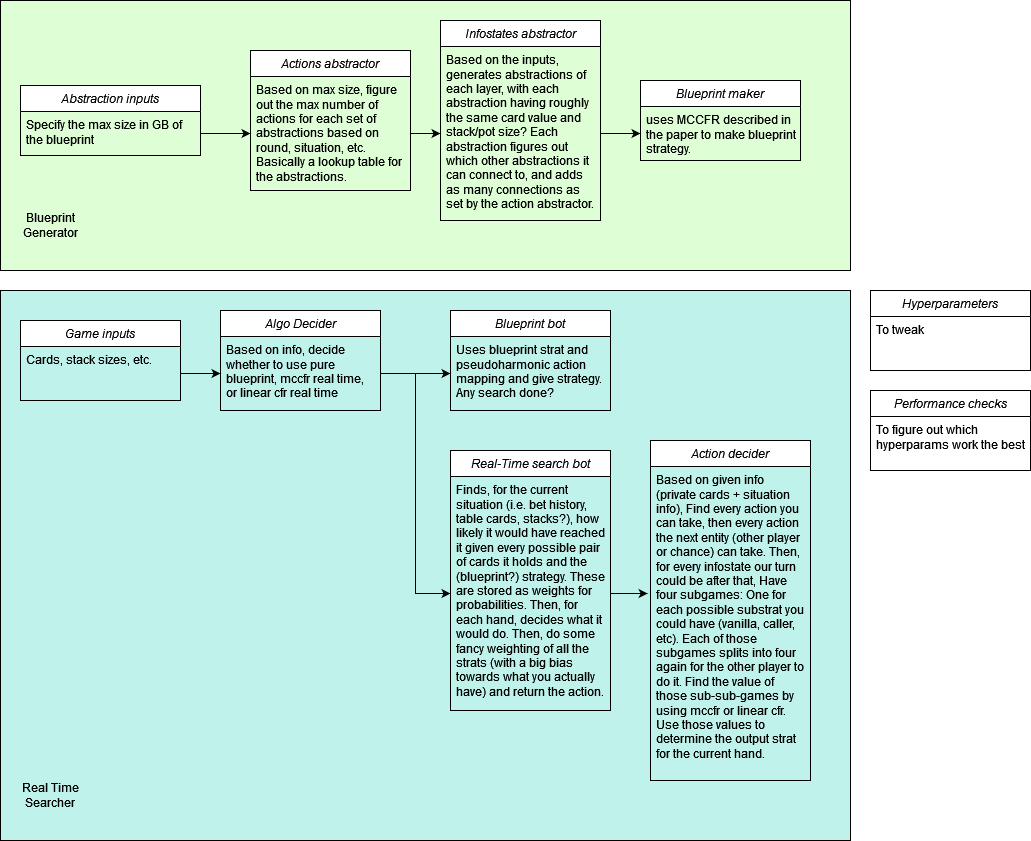
DanielMillward/BigBot keeps this draw.io diagram as Images/Big Bot.drawio.png. Above is the earlier version. Source tidied: cells renumbered, new cells last; positions are measured from the earlier drawing's top-left corner, leaving out a move shared by most shapes.
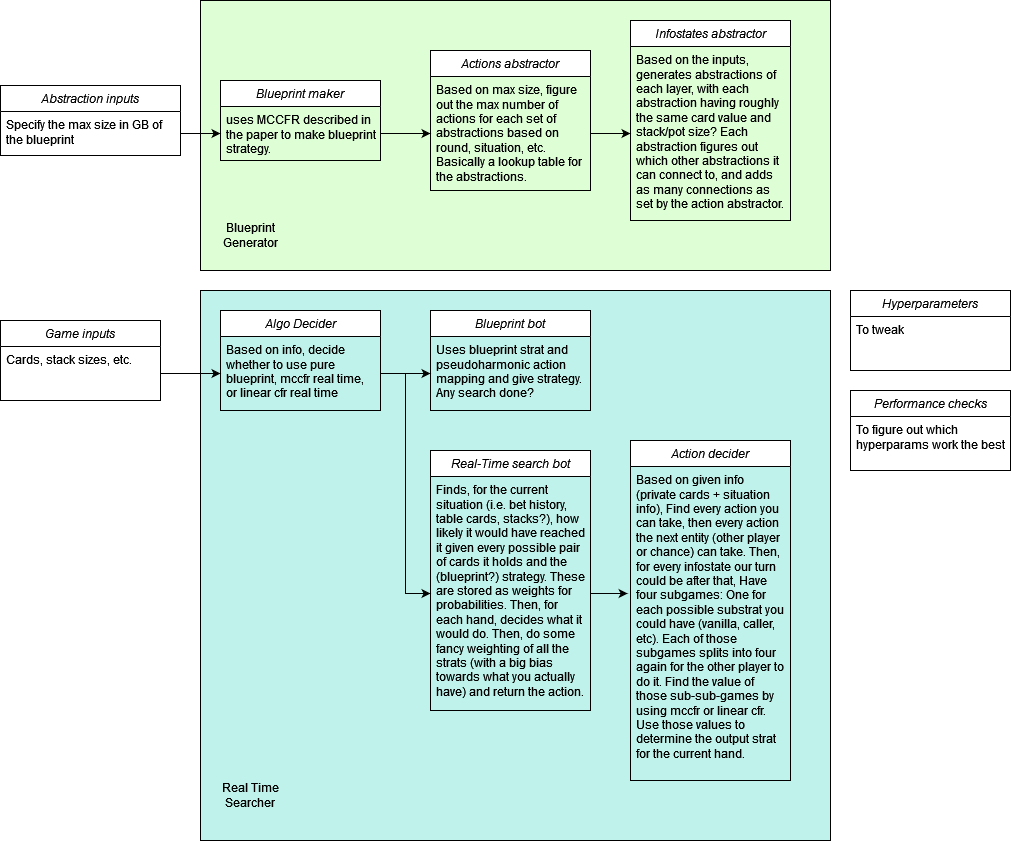
The same file after the commit.

What changed in the source:
```diff
@@ -3,13 +3,13 @@
     <mxCell id="0" />
     <mxCell id="1" parent="0" />
     <mxCell id="2" style="rounded=0;whiteSpace=wrap;html=1;fillColor=#BFF2EA;" parent="1" vertex="1">
-      <mxGeometry y="290" width="850" height="550" as="geometry" />
+      <mxGeometry x="220" y="290" width="630" height="550" as="geometry" />
     </mxCell>
     <mxCell id="3" style="rounded=0;whiteSpace=wrap;html=1;fillColor=#DEFFD6;" parent="1" vertex="1">
-      <mxGeometry width="850" height="270" as="geometry" />
+      <mxGeometry x="220" width="630" height="270" as="geometry" />
     </mxCell>
     <mxCell id="4" value="Infostates abstractor" style="swimlane;fontStyle=2;align=center;verticalAlign=top;horizontal=1;startSize=26;rounded=0;shadow=0;strokeWidth=1;" parent="1" vertex="1">
-      <mxGeometry x="440" y="20" width="160" height="200" as="geometry" />
+      <mxGeometry x="650" y="20" width="160" height="200" as="geometry" />
     </mxCell>
     <mxCell id="5" value="Based on the inputs, generates abstractions of each layer, with each abstraction having roughly the same card value and stack/pot size? Each abstraction figures out which other abstractions it can connect to, and adds as many connections as set by the action abstractor. &#10;" style="text;align=left;verticalAlign=top;spacingLeft=4;spacingRight=4;overflow=hidden;points=[[0,0.5],[1,0.5]];portConstraint=eastwest;whiteSpace=wrap;" parent="4" vertex="1">
       <mxGeometry y="26" width="160" height="174" as="geometry" />
@@ -21,7 +21,7 @@
       <mxGeometry y="26" width="180" height="44" as="geometry" />
     </mxCell>
     <mxCell id="8" value="Actions abstractor" style="swimlane;fontStyle=2;align=center;verticalAlign=top;horizontal=1;startSize=26;rounded=0;shadow=0;strokeWidth=1;" parent="1" vertex="1">
-      <mxGeometry x="250" y="50" width="160" height="140" as="geometry" />
+      <mxGeometry x="450" y="50" width="160" height="140" as="geometry" />
     </mxCell>
     <mxCell id="9" value="Based on max size, figure out the max number of actions for each set of abstractions based on round, situation, etc. Basically a lookup table for the abstractions." style="text;align=left;verticalAlign=top;spacingLeft=4;spacingRight=4;overflow=hidden;points=[[0,0.5],[1,0.5]];portConstraint=eastwest;whiteSpace=wrap;" parent="8" vertex="1">
       <mxGeometry y="26" width="160" height="114" as="geometry" />
@@ -33,13 +33,13 @@
       <mxGeometry y="26" width="160" height="54" as="geometry" />
     </mxCell>
     <mxCell id="12" value="Blueprint maker" style="swimlane;fontStyle=2;align=center;verticalAlign=top;horizontal=1;startSize=26;rounded=0;shadow=0;strokeWidth=1;" parent="1" vertex="1">
-      <mxGeometry x="640" y="80" width="160" height="80" as="geometry" />
+      <mxGeometry x="240" y="80" width="160" height="80" as="geometry" />
     </mxCell>
     <mxCell id="13" value="uses MCCFR described in the paper to make blueprint strategy." style="text;align=left;verticalAlign=top;spacingLeft=4;spacingRight=4;overflow=hidden;points=[[0,0.5],[1,0.5]];portConstraint=eastwest;whiteSpace=wrap;" parent="12" vertex="1">
       <mxGeometry y="26" width="160" height="54" as="geometry" />
     </mxCell>
     <mxCell id="14" value="Algo Decider" style="swimlane;fontStyle=2;align=center;verticalAlign=top;horizontal=1;startSize=26;rounded=0;shadow=0;strokeWidth=1;" parent="1" vertex="1">
-      <mxGeometry x="220" y="310" width="160" height="100" as="geometry" />
+      <mxGeometry x="240" y="310" width="160" height="100" as="geometry" />
     </mxCell>
     <mxCell id="15" value="Based on info, decide whether to use pure blueprint, mccfr real time, or linear cfr real time" style="text;align=left;verticalAlign=top;spacingLeft=4;spacingRight=4;overflow=hidden;points=[[0,0.5],[1,0.5]];portConstraint=eastwest;whiteSpace=wrap;" parent="14" vertex="1">
       <mxGeometry y="26" width="160" height="74" as="geometry" />
@@ -74,15 +74,9 @@
     <mxCell id="25" value="Based on given info (private cards + situation info), Find every action you can take, then every action the next entity (other player or chance) can take. Then, for every infostate our turn could be after that, Have four subgames: One for each possible substrat you could have (vanilla, caller, etc). Each of those subgames splits into four again for the other player to do it. Find the value of those sub-sub-games by using mccfr or linear cfr. Use those values to determine the output strat for the current hand." style="text;align=left;verticalAlign=top;spacingLeft=4;spacingRight=4;overflow=hidden;points=[[0,0.5],[1,0.5]];portConstraint=eastwest;whiteSpace=wrap;" parent="24" vertex="1">
       <mxGeometry y="26" width="160" height="314" as="geometry" />
     </mxCell>
-    <mxCell id="26" style="edgeStyle=orthogonalEdgeStyle;rounded=0;jettySize=auto;html=1;exitX=1;exitY=0.5;exitDx=0;exitDy=0;" parent="1" edge="1" source="7" target="9">
-      <mxGeometry relative="1" as="geometry" />
-    </mxCell>
     <mxCell id="27" style="edgeStyle=orthogonalEdgeStyle;rounded=0;jettySize=auto;html=1;exitX=1;exitY=0.5;exitDx=0;exitDy=0;" parent="1" edge="1" source="9" target="5">
       <mxGeometry relative="1" as="geometry" />
     </mxCell>
-    <mxCell id="28" style="edgeStyle=orthogonalEdgeStyle;rounded=0;jettySize=auto;html=1;exitX=1;exitY=0.5;exitDx=0;exitDy=0;entryX=0;entryY=0.5;entryDx=0;entryDy=0;" parent="1" edge="1" source="5" target="13">
-      <mxGeometry relative="1" as="geometry" />
-    </mxCell>
     <mxCell id="29" style="edgeStyle=orthogonalEdgeStyle;rounded=0;jettySize=auto;html=1;exitX=1;exitY=0.5;exitDx=0;exitDy=0;entryX=0;entryY=0.5;entryDx=0;entryDy=0;" parent="1" edge="1" source="11" target="15">
       <mxGeometry relative="1" as="geometry" />
     </mxCell>
@@ -96,10 +90,16 @@
       <mxGeometry relative="1" as="geometry" />
     </mxCell>
     <mxCell id="33" value="Blueprint Generator" style="text;html=1;strokeColor=none;fillColor=none;align=center;verticalAlign=middle;whiteSpace=wrap;rounded=0;" parent="1" vertex="1">
-      <mxGeometry x="20" y="210" width="60" height="30" as="geometry" />
+      <mxGeometry x="240" y="220" width="60" height="30" as="geometry" />
     </mxCell>
     <mxCell id="34" value="Real Time Searcher" style="text;html=1;strokeColor=none;fillColor=none;align=center;verticalAlign=middle;whiteSpace=wrap;rounded=0;" parent="1" vertex="1">
-      <mxGeometry x="20" y="780" width="60" height="30" as="geometry" />
+      <mxGeometry x="240" y="780" width="60" height="30" as="geometry" />
     </mxCell>
+    <mxCell id="35" style="edgeStyle=orthogonalEdgeStyle;rounded=0;jettySize=auto;html=1;exitX=1;exitY=0.5;exitDx=0;exitDy=0;entryX=0;entryY=0.5;entryDx=0;entryDy=0;" parent="1" edge="1" source="13" target="9">
+      <mxGeometry relative="1" as="geometry" />
+    </mxCell>
+    <mxCell id="36" style="edgeStyle=orthogonalEdgeStyle;rounded=0;jettySize=auto;html=1;exitX=1;exitY=0.5;exitDx=0;exitDy=0;entryX=0;entryY=0.5;entryDx=0;entryDy=0;" parent="1" edge="1" source="7" target="13">
+      <mxGeometry relative="1" as="geometry" />
+    </mxCell>
   </root>
 </mxGraphModel>
```
